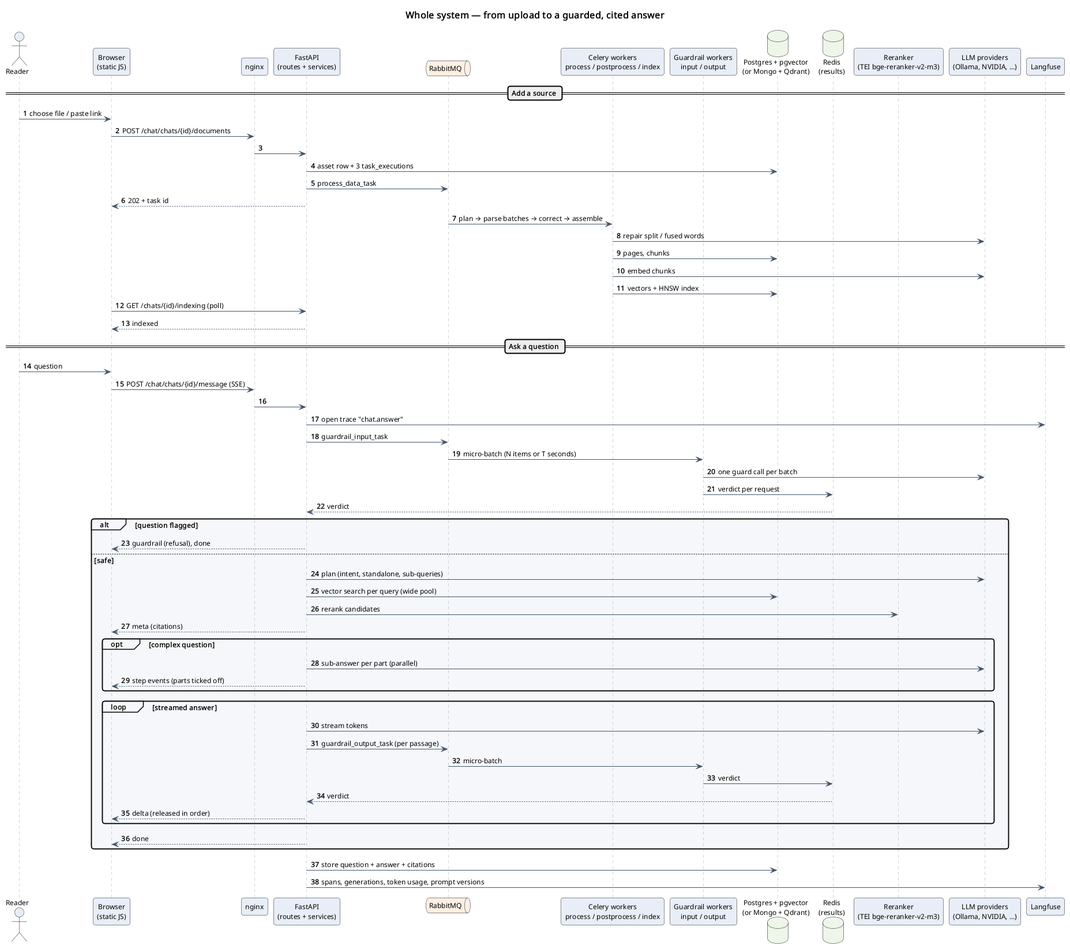
Earlier version of the PlantUML export software_engineering/3_sequence_diagrams/system_overview.png (omarTBakr/notebookllm-minus).
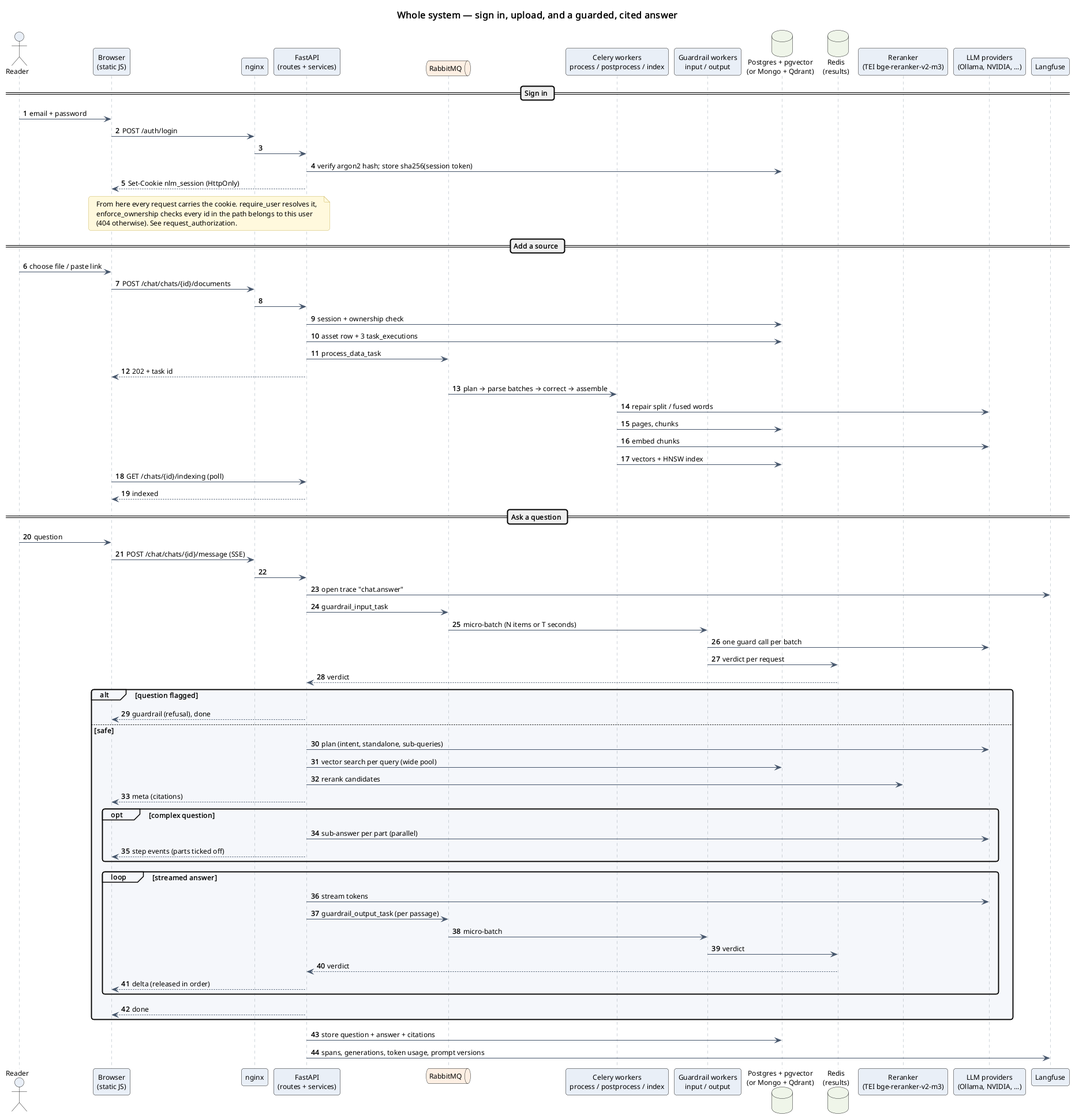
After the commit.

The edit, as a diff of the source:
```diff
@@ -1,6 +1,6 @@
 @startuml
 !include ../_style.iuml
-title Whole system — from upload to a guarded, cited answer
+title Whole system — sign in, upload, and a guarded, cited answer
 autonumber "<b>0"
 
 actor Reader as user
@@ -16,10 +16,23 @@
 participant "LLM providers\n(Ollama, NVIDIA, ...)" as llm
 participant "Langfuse" as lf
 
+== Sign in ==
+user -> ui : email + password
+ui -> nginx : POST /auth/login
+nginx -> api
+api -> db : verify argon2 hash; store sha256(session token)
+api --> ui : Set-Cookie nlm_session (HttpOnly)
+note over ui, api
+  From here every request carries the cookie. require_user resolves it,
+  enforce_ownership checks every id in the path belongs to this user
+  (404 otherwise). See request_authorization.
+end note
+
 == Add a source ==
 user -> ui : choose file / paste link
 ui -> nginx : POST /chat/chats/{id}/documents
 nginx -> api
+api -> db : session + ownership check
 api -> db : asset row + 3 task_executions
 api -> mq : process_data_task
 api --> ui : 202 + task id
```
